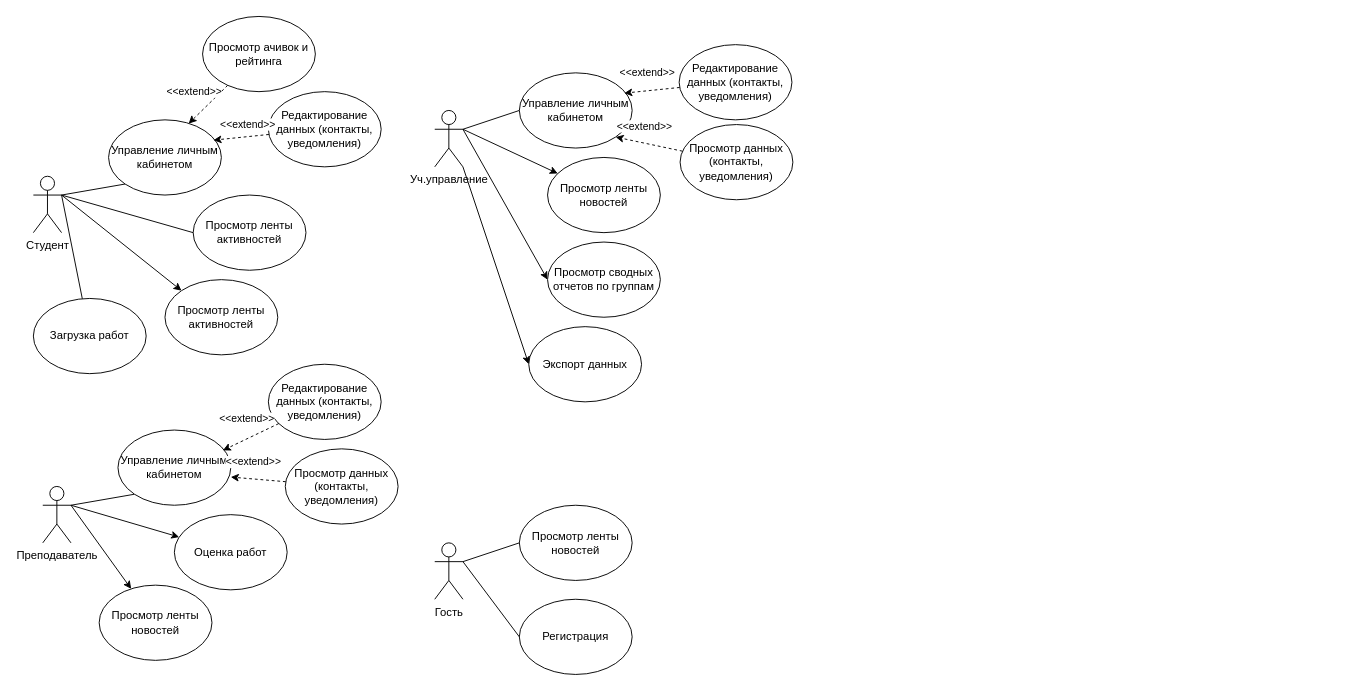
Earlier version of the draw.io diagram pis2.drawio (danaddi/draw.io). Source tidied: cells renumbered, new cells numbered last; positions are measured from the earlier drawing's top-left corner, leaving out a move shared by most shapes. Both pictures are drawn from the tidied source at 94%, with x=0, y=0 at pixel (33, 16).
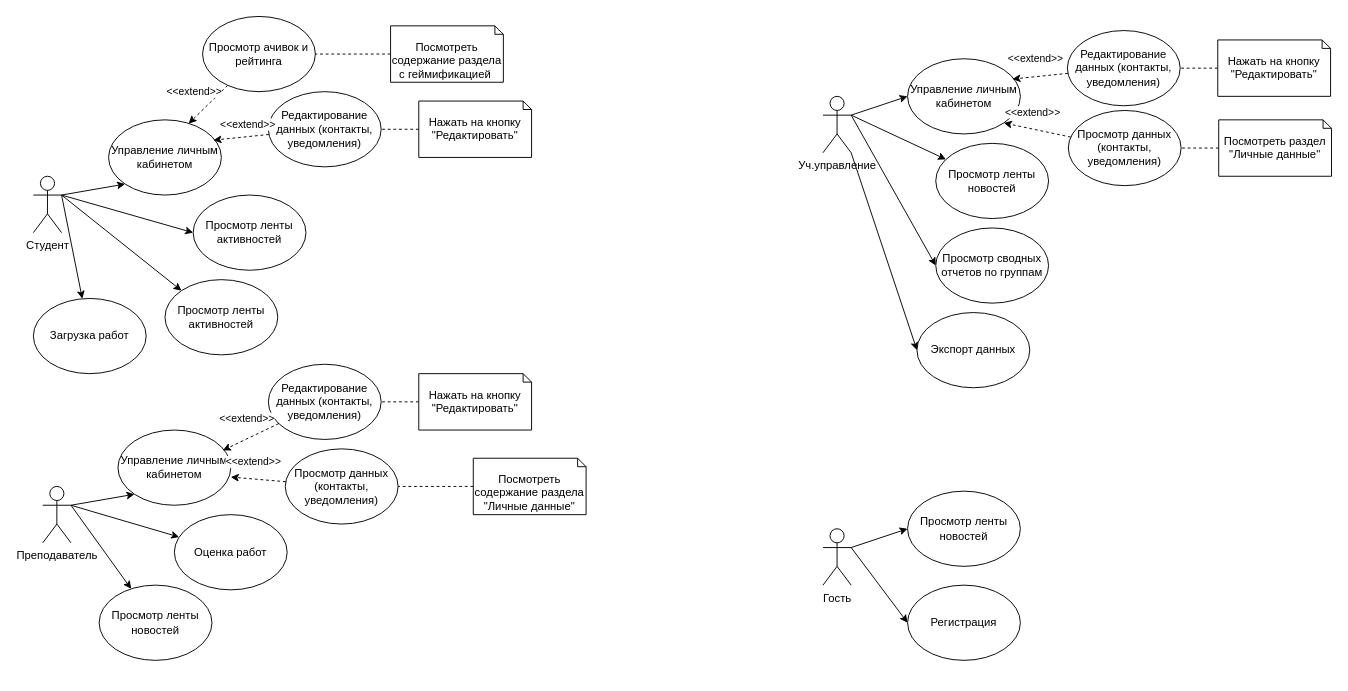
After the change.

Unchanged cells that the change refers to:
```xml
<mxCell id="4" value="Студент" style="shape=umlActor;verticalLabelPosition=bottom;verticalAlign=top;html=1;outlineConnect=0;" parent="1" vertex="1">
  <mxGeometry y="170" width="30" height="60" as="geometry" />
</mxCell>
<mxCell id="7" value="Преподаватель" style="shape=umlActor;verticalLabelPosition=bottom;verticalAlign=top;html=1;outlineConnect=0;" parent="1" vertex="1">
  <mxGeometry x="10" y="500" width="30" height="60" as="geometry" />
</mxCell>
<mxCell id="12" value="Управление личным кабинетом" style="ellipse;whiteSpace=wrap;html=1;" parent="1" vertex="1">
  <mxGeometry x="80" y="110" width="120" height="80" as="geometry" />
</mxCell>
<mxCell id="13" value="Просмотр ленты активностей" style="ellipse;whiteSpace=wrap;html=1;" parent="1" vertex="1">
  <mxGeometry x="170" y="190" width="120" height="80" as="geometry" />
</mxCell>
<mxCell id="14" value="Загрузка работ" style="ellipse;whiteSpace=wrap;html=1;" parent="1" vertex="1">
  <mxGeometry y="300" width="120" height="80" as="geometry" />
</mxCell>
<mxCell id="15" value="Просмотр ачивок и рейтинга" style="ellipse;whiteSpace=wrap;html=1;" parent="1" vertex="1">
  <mxGeometry x="180" width="120" height="80" as="geometry" />
</mxCell>
<mxCell id="16" value="Редактирование данныx (контакты, уведомления)" style="ellipse;whiteSpace=wrap;html=1;" parent="1" vertex="1">
  <mxGeometry x="250" y="80" width="120" height="80" as="geometry" />
</mxCell>
<mxCell id="23" value="Просмотр ленты активностей" style="ellipse;whiteSpace=wrap;html=1;" parent="1" vertex="1">
  <mxGeometry x="140" y="280" width="120" height="80" as="geometry" />
</mxCell>
<mxCell id="25" value="Управление личным кабинетом" style="ellipse;whiteSpace=wrap;html=1;" parent="1" vertex="1">
  <mxGeometry x="90" y="440" width="120" height="80" as="geometry" />
</mxCell>
<mxCell id="26" value="Редактирование данных (контакты, уведомления)" style="ellipse;whiteSpace=wrap;html=1;" parent="1" vertex="1">
  <mxGeometry x="250" y="370" width="120" height="80" as="geometry" />
</mxCell>
<mxCell id="29" value="Оценка работ" style="ellipse;whiteSpace=wrap;html=1;" parent="1" vertex="1">
  <mxGeometry x="150" y="530" width="120" height="80" as="geometry" />
</mxCell>
<mxCell id="30" value="Просмотр ленты новостей" style="ellipse;whiteSpace=wrap;html=1;" parent="1" vertex="1">
  <mxGeometry x="70" y="605" width="120" height="80" as="geometry" />
</mxCell>
```

What changed in the source:
```diff
@@
-    <mxCell id="2" style="rounded=0;jettySize=auto;html=1;exitX=1;exitY=0.3333333333333333;exitDx=0;exitDy=0;exitPerimeter=0;entryX=0;entryY=1;entryDx=0;entryDy=0;endArrow=none;endFill=0;" parent="1" edge="1" source="4" target="12">
+    <mxCell id="2" style="rounded=0;jettySize=auto;html=1;exitX=1;exitY=0.3333333333333333;exitDx=0;exitDy=0;exitPerimeter=0;entryX=0;entryY=1;entryDx=0;entryDy=0;endArrow=classic;endFill=1;" parent="1" edge="1" source="4" target="12">
       <mxGeometry relative="1" as="geometry" />
     </mxCell>
-    <mxCell id="3" style="rounded=0;jettySize=auto;html=1;entryX=0;entryY=0;entryDx=0;entryDy=0;" parent="1" edge="1" target="23">
+    <mxCell id="3" style="rounded=0;jettySize=auto;html=1;entryX=0;entryY=0;entryDx=0;entryDy=0;endArrow=classic;endFill=1;" parent="1" edge="1" target="23">
       <mxGeometry relative="1" as="geometry">
         <mxPoint x="30" y="190" as="sourcePoint" />
       </mxGeometry>
     </mxCell>
@@
-    <mxCell id="5" style="rounded=0;jettySize=auto;html=1;exitX=1;exitY=0.3333333333333333;exitDx=0;exitDy=0;exitPerimeter=0;" parent="1" edge="1" source="7" target="29">
+    <mxCell id="5" style="rounded=0;jettySize=auto;html=1;exitX=1;exitY=0.3333333333333333;exitDx=0;exitDy=0;exitPerimeter=0;endArrow=classic;endFill=1;" parent="1" edge="1" source="7" target="29">
       <mxGeometry relative="1" as="geometry" />
     </mxCell>
-    <mxCell id="6" style="rounded=0;jettySize=auto;html=1;" parent="1" edge="1" target="30">
+    <mxCell id="6" style="rounded=0;jettySize=auto;html=1;endArrow=classic;endFill=1;" parent="1" edge="1" target="30">
       <mxGeometry relative="1" as="geometry">
         <mxPoint x="40" y="520" as="sourcePoint" />
       </mxGeometry>
     </mxCell>
@@
-    <mxCell id="8" style="rounded=0;jettySize=auto;html=1;exitX=1;exitY=0.3333333333333333;exitDx=0;exitDy=0;exitPerimeter=0;entryX=0;entryY=0.5;entryDx=0;entryDy=0;" parent="1" edge="1" source="10" target="38">
+    <mxCell id="8" style="rounded=0;jettySize=auto;html=1;exitX=1;exitY=0.3333333333333333;exitDx=0;exitDy=0;exitPerimeter=0;entryX=0;entryY=0.5;entryDx=0;entryDy=0;endArrow=classic;endFill=1;" parent="1" edge="1" source="10" target="38">
       <mxGeometry relative="1" as="geometry" />
     </mxCell>
-    <mxCell id="9" style="rounded=0;jettySize=auto;html=1;exitX=1;exitY=1;exitDx=0;exitDy=0;exitPerimeter=0;entryX=0;entryY=0.5;entryDx=0;entryDy=0;" parent="1" edge="1" source="10" target="39">
+    <mxCell id="9" style="rounded=0;jettySize=auto;html=1;exitX=1;exitY=1;exitDx=0;exitDy=0;exitPerimeter=0;entryX=0;entryY=0.5;entryDx=0;entryDy=0;endArrow=classic;endFill=1;" parent="1" edge="1" source="10" target="39">
       <mxGeometry relative="1" as="geometry" />
     </mxCell>
     <mxCell id="10" value="Уч.управление" style="shape=umlActor;verticalLabelPosition=bottom;verticalAlign=top;html=1;outlineConnect=0;" parent="1" vertex="1">
-      <mxGeometry x="427" y="100" width="30" height="60" as="geometry" />
+      <mxGeometry x="840" y="85" width="30" height="60" as="geometry" />
     </mxCell>
     <mxCell id="11" value="Гость" style="shape=umlActor;verticalLabelPosition=bottom;verticalAlign=top;html=1;outlineConnect=0;" parent="1" vertex="1">
-      <mxGeometry x="427" y="560" width="30" height="60" as="geometry" />
+      <mxGeometry x="840" y="545" width="30" height="60" as="geometry" />
     </mxCell>
@@
-    <mxCell id="17" style="rounded=0;jettySize=auto;html=1;exitX=1;exitY=0.3333333333333333;exitDx=0;exitDy=0;exitPerimeter=0;entryX=0;entryY=0.5;entryDx=0;entryDy=0;endArrow=none;endFill=0;" parent="1" edge="1" source="4" target="13">
+    <mxCell id="17" style="rounded=0;jettySize=auto;html=1;exitX=1;exitY=0.3333333333333333;exitDx=0;exitDy=0;exitPerimeter=0;entryX=0;entryY=0.5;entryDx=0;entryDy=0;endArrow=classic;endFill=1;" parent="1" edge="1" source="4" target="13">
       <mxGeometry relative="1" as="geometry" />
     </mxCell>
-    <mxCell id="18" style="rounded=0;jettySize=auto;html=1;exitX=1;exitY=0.3333333333333333;exitDx=0;exitDy=0;exitPerimeter=0;endArrow=none;endFill=0;" parent="1" edge="1" source="4" target="14">
+    <mxCell id="18" style="rounded=0;jettySize=auto;html=1;exitX=1;exitY=0.3333333333333333;exitDx=0;exitDy=0;exitPerimeter=0;endArrow=classic;endFill=1;" parent="1" edge="1" source="4" target="14">
       <mxGeometry relative="1" as="geometry" />
     </mxCell>
@@
-    <mxCell id="24" style="rounded=0;jettySize=auto;html=1;exitX=1;exitY=0.3333333333333333;exitDx=0;exitDy=0;exitPerimeter=0;entryX=0;entryY=1;entryDx=0;entryDy=0;endArrow=none;endFill=0;" parent="1" edge="1" target="25">
+    <mxCell id="24" style="rounded=0;jettySize=auto;html=1;exitX=1;exitY=0.3333333333333333;exitDx=0;exitDy=0;exitPerimeter=0;entryX=0;entryY=1;entryDx=0;entryDy=0;endArrow=classic;endFill=1;" parent="1" edge="1" target="25">
       <mxGeometry relative="1" as="geometry">
         <mxPoint x="40" y="520" as="sourcePoint" />
       </mxGeometry>
     </mxCell>
@@
     <mxCell id="31" value="Управление личным кабинетом" style="ellipse;whiteSpace=wrap;html=1;" parent="1" vertex="1">
-      <mxGeometry x="517" y="60" width="120" height="80" as="geometry" />
+      <mxGeometry x="930" y="45" width="120" height="80" as="geometry" />
     </mxCell>
     <mxCell id="32" value="Редактирование данных (контакты, уведомления)" style="ellipse;whiteSpace=wrap;html=1;" parent="1" vertex="1">
-      <mxGeometry x="687" y="30" width="120" height="80" as="geometry" />
+      <mxGeometry x="1100" y="15" width="120" height="80" as="geometry" />
     </mxCell>
@@
-    <mxCell id="35" style="rounded=0;jettySize=auto;html=1;entryX=0;entryY=0.5;entryDx=0;entryDy=0;endArrow=none;endFill=0;exitX=1;exitY=0.3333333333333333;exitDx=0;exitDy=0;exitPerimeter=0;" parent="1" edge="1" source="10" target="31">
+    <mxCell id="35" style="rounded=0;jettySize=auto;html=1;entryX=0;entryY=0.5;entryDx=0;entryDy=0;endArrow=classic;endFill=1;exitX=1;exitY=0.3333333333333333;exitDx=0;exitDy=0;exitPerimeter=0;" parent="1" edge="1" source="10" target="31">
       <mxGeometry relative="1" as="geometry" />
     </mxCell>
-    <mxCell id="36" style="rounded=0;jettySize=auto;html=1;exitX=1;exitY=0.3333333333333333;exitDx=0;exitDy=0;exitPerimeter=0;" parent="1" edge="1" source="10" target="37">
+    <mxCell id="36" style="rounded=0;jettySize=auto;html=1;exitX=1;exitY=0.3333333333333333;exitDx=0;exitDy=0;exitPerimeter=0;endArrow=classic;endFill=1;" parent="1" edge="1" source="10" target="37">
       <mxGeometry relative="1" as="geometry" />
     </mxCell>
     <mxCell id="37" value="Просмотр ленты новостей" style="ellipse;whiteSpace=wrap;html=1;" parent="1" vertex="1">
-      <mxGeometry x="547" y="150" width="120" height="80" as="geometry" />
+      <mxGeometry x="960" y="135" width="120" height="80" as="geometry" />
     </mxCell>
     <mxCell id="38" value="Просмотр сводных отчетов по группам" style="ellipse;whiteSpace=wrap;html=1;" parent="1" vertex="1">
-      <mxGeometry x="547" y="240" width="120" height="80" as="geometry" />
+      <mxGeometry x="960" y="225" width="120" height="80" as="geometry" />
     </mxCell>
     <mxCell id="39" value="Экспорт данных" style="ellipse;whiteSpace=wrap;html=1;" parent="1" vertex="1">
-      <mxGeometry x="527" y="330" width="120" height="80" as="geometry" />
+      <mxGeometry x="940" y="315" width="120" height="80" as="geometry" />
     </mxCell>
     <mxCell id="40" value="Просмотр ленты новостей" style="ellipse;whiteSpace=wrap;html=1;" parent="1" vertex="1">
-      <mxGeometry x="517" y="520" width="120" height="80" as="geometry" />
+      <mxGeometry x="930" y="505" width="120" height="80" as="geometry" />
     </mxCell>
-    <mxCell id="41" style="rounded=0;jettySize=auto;html=1;entryX=0;entryY=0.5;entryDx=0;entryDy=0;endArrow=none;endFill=0;exitX=1;exitY=0.3333333333333333;exitDx=0;exitDy=0;exitPerimeter=0;" parent="1" edge="1" target="40">
+    <mxCell id="41" style="rounded=0;jettySize=auto;html=1;entryX=0;entryY=0.5;entryDx=0;entryDy=0;endArrow=classic;endFill=1;exitX=1;exitY=0.3333333333333333;exitDx=0;exitDy=0;exitPerimeter=0;" parent="1" edge="1" target="40">
       <mxGeometry relative="1" as="geometry">
-        <mxPoint x="457" y="580" as="sourcePoint" />
+        <mxPoint x="870" y="565" as="sourcePoint" />
       </mxGeometry>
     </mxCell>
     <mxCell id="42" value="Регистрация" style="ellipse;whiteSpace=wrap;html=1;" parent="1" vertex="1">
-      <mxGeometry x="517" y="620" width="120" height="80" as="geometry" />
+      <mxGeometry x="930" y="605" width="120" height="80" as="geometry" />
     </mxCell>
-    <mxCell id="43" style="rounded=0;jettySize=auto;html=1;entryX=0;entryY=0.5;entryDx=0;entryDy=0;endArrow=none;endFill=0;exitX=1;exitY=0.3333333333333333;exitDx=0;exitDy=0;exitPerimeter=0;" parent="1" edge="1" source="11" target="42">
+    <mxCell id="43" style="rounded=0;jettySize=auto;html=1;entryX=0;entryY=0.5;entryDx=0;entryDy=0;endArrow=classic;endFill=1;exitX=1;exitY=0.3333333333333333;exitDx=0;exitDy=0;exitPerimeter=0;" parent="1" edge="1" source="11" target="42">
       <mxGeometry relative="1" as="geometry" />
     </mxCell>
@@
     <mxCell id="47" value="Просмотр данныx (контакты, уведомления)" style="ellipse;whiteSpace=wrap;html=1;" parent="1" vertex="1">
-      <mxGeometry x="688" y="115" width="120" height="80" as="geometry" />
+      <mxGeometry x="1101" y="100" width="120" height="80" as="geometry" />
     </mxCell>
@@
+    <mxCell id="50" style="edgeStyle=orthogonalEdgeStyle;rounded=0;jettySize=auto;html=1;dashed=1;endArrow=none;endFill=0;" parent="1" edge="1" source="51" target="15">
+      <mxGeometry relative="1" as="geometry" />
+    </mxCell>
+    <mxCell id="51" value="Посмотреть содержание раздела с геймификацией&amp;nbsp;" style="shape=note2;boundedLbl=1;whiteSpace=wrap;html=1;size=9;verticalAlign=top;align=center;" parent="1" vertex="1">
+      <mxGeometry x="380" y="10" width="120" height="60" as="geometry" />
+    </mxCell>
+    <mxCell id="52" style="edgeStyle=orthogonalEdgeStyle;rounded=0;jettySize=auto;html=1;dashed=1;endArrow=none;endFill=0;" parent="1" edge="1" source="53" target="16">
+      <mxGeometry relative="1" as="geometry" />
+    </mxCell>
+    <mxCell id="53" value="Нажать на кнопку &quot;Редактировать&quot;" style="shape=note2;boundedLbl=1;whiteSpace=wrap;html=1;size=9;verticalAlign=top;align=center;" parent="1" vertex="1">
+      <mxGeometry x="410" y="90" width="120" height="60" as="geometry" />
+    </mxCell>
+    <mxCell id="54" style="edgeStyle=orthogonalEdgeStyle;rounded=0;jettySize=auto;html=1;dashed=1;endArrow=none;endFill=0;" parent="1" edge="1" source="55" target="26">
+      <mxGeometry relative="1" as="geometry" />
+    </mxCell>
+    <mxCell id="55" value="Нажать на кнопку &quot;Редактировать&quot;" style="shape=note2;boundedLbl=1;whiteSpace=wrap;html=1;size=9;verticalAlign=top;align=center;" parent="1" vertex="1">
+      <mxGeometry x="410" y="380" width="120" height="60" as="geometry" />
+    </mxCell>
+    <mxCell id="56" style="edgeStyle=orthogonalEdgeStyle;rounded=0;jettySize=auto;html=1;dashed=1;endArrow=none;endFill=0;" parent="1" edge="1" source="57">
+      <mxGeometry relative="1" as="geometry">
+        <mxPoint x="388" y="500" as="targetPoint" />
+      </mxGeometry>
+    </mxCell>
+    <mxCell id="57" value="Посмотреть содержание раздела &quot;Личные данные&quot;" style="shape=note2;boundedLbl=1;whiteSpace=wrap;html=1;size=9;verticalAlign=top;align=center;" parent="1" vertex="1">
+      <mxGeometry x="468" y="470" width="120" height="60" as="geometry" />
+    </mxCell>
+    <mxCell id="58" style="edgeStyle=orthogonalEdgeStyle;rounded=0;jettySize=auto;html=1;dashed=1;endArrow=none;endFill=0;" parent="1" edge="1" source="59">
+      <mxGeometry relative="1" as="geometry">
+        <mxPoint x="1220" y="55" as="targetPoint" />
+      </mxGeometry>
+    </mxCell>
+    <mxCell id="59" value="Нажать на кнопку &quot;Редактировать&quot;" style="shape=note2;boundedLbl=1;whiteSpace=wrap;html=1;size=9;verticalAlign=top;align=center;" parent="1" vertex="1">
+      <mxGeometry x="1260" y="25" width="120" height="60" as="geometry" />
+    </mxCell>
+    <mxCell id="60" style="edgeStyle=orthogonalEdgeStyle;rounded=0;jettySize=auto;html=1;dashed=1;endArrow=none;endFill=0;" parent="1" edge="1" source="61">
+      <mxGeometry relative="1" as="geometry">
+        <mxPoint x="1221" y="140" as="targetPoint" />
+      </mxGeometry>
+    </mxCell>
+    <mxCell id="61" value="Посмотреть раздел &quot;Личные данные&quot;" style="shape=note2;boundedLbl=1;whiteSpace=wrap;html=1;size=9;verticalAlign=top;align=center;" parent="1" vertex="1">
+      <mxGeometry x="1261" y="110" width="120" height="60" as="geometry" />
+    </mxCell>
```
